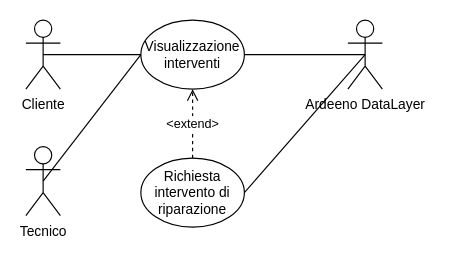
The draw.io diagram deliverables/d2/.media/.drawio/cliente3.drawio in amanfucci/ardeeno-workondeliverables, before the edit. Source tidied: cells renumbered, new cells numbered last; positions are measured from the earlier drawing's top-left corner, leaving out a move shared by most shapes. Both pictures are drawn from the tidied source at 115%, with x=0, y=0 at pixel (25, 20).
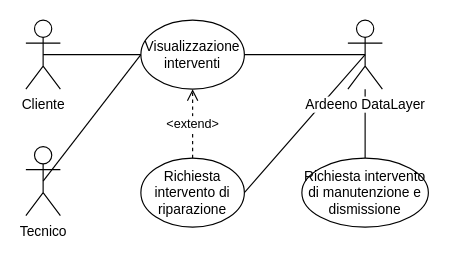
After the change.

What changed in the source:
```diff
@@
 <mxGraphModel background="#FFFFFF">
   <root>
     <mxCell id="0" />
     <mxCell id="1" parent="0" />
     <mxCell id="2" value="Visualizzazione interventi" style="ellipse;whiteSpace=wrap;html=1;strokeColor=#000000;" parent="1" vertex="1">
       <mxGeometry x="100" width="90" height="60" as="geometry" />
     </mxCell>
     <mxCell id="3" value="Richiesta intervento di riparazione" style="ellipse;whiteSpace=wrap;html=1;strokeColor=#000000;" parent="1" vertex="1">
       <mxGeometry x="100" y="120" width="90" height="60" as="geometry" />
     </mxCell>
     <mxCell id="4" value="&amp;lt;extend&amp;gt;" style="endArrow=open;endSize=8;endFill=0;html=1;rounded=0;dashed=1;exitX=0.5;exitY=0;exitDx=0;exitDy=0;entryX=0.5;entryY=1;entryDx=0;entryDy=0;startSize=0;" parent="1" edge="1" source="3" target="2">
       <mxGeometry relative="1" as="geometry" />
     </mxCell>
     <mxCell id="5" style="edgeStyle=none;rounded=0;jettySize=auto;html=1;exitX=0.5;exitY=0.5;exitDx=0;exitDy=0;exitPerimeter=0;entryX=0;entryY=0.5;entryDx=0;entryDy=0;endArrow=none;endFill=0;endSize=10;" parent="1" edge="1" source="6" target="2">
       <mxGeometry relative="1" as="geometry" />
     </mxCell>
     <mxCell id="6" value="Cliente" style="shape=umlActor;verticalLabelPosition=bottom;verticalAlign=top;html=1;outlineConnect=0;perimeterSpacing=14;" parent="1" vertex="1">
       <mxGeometry width="30" height="60" as="geometry" />
     </mxCell>
     <mxCell id="7" style="edgeStyle=none;rounded=0;jettySize=auto;html=1;exitX=0.5;exitY=0.5;exitDx=0;exitDy=0;exitPerimeter=0;entryX=1;entryY=0.5;entryDx=0;entryDy=0;endArrow=none;endFill=0;endSize=10;" parent="1" edge="1" source="9" target="2">
       <mxGeometry relative="1" as="geometry" />
     </mxCell>
     <mxCell id="8" style="edgeStyle=none;rounded=0;jettySize=auto;html=1;exitX=0.5;exitY=0.5;exitDx=0;exitDy=0;exitPerimeter=0;entryX=1;entryY=0.5;entryDx=0;entryDy=0;endArrow=none;endFill=0;endSize=10;" parent="1" edge="1" source="9" target="3">
       <mxGeometry relative="1" as="geometry" />
     </mxCell>
+    <mxCell id="12" style="edgeStyle=none;html=1;endArrow=none;endFill=0;" parent="1" edge="1" source="9" target="13">
+      <mxGeometry relative="1" as="geometry" />
+    </mxCell>
-    <mxCell id="9" value="Ardeeno DataLayer" style="shape=umlActor;verticalLabelPosition=bottom;verticalAlign=top;html=1;outlineConnect=0;" parent="1" vertex="1">
+    <mxCell id="9" value="Ardeeno DataLayer" style="shape=umlActor;verticalLabelPosition=bottom;verticalAlign=top;html=1;outlineConnect=0;labelBackgroundColor=default;" parent="1" vertex="1">
       <mxGeometry x="280" width="30" height="60" as="geometry" />
     </mxCell>
     <mxCell id="10" style="rounded=0;jettySize=auto;html=1;exitX=0.5;exitY=0.5;exitDx=0;exitDy=0;exitPerimeter=0;endArrow=none;endFill=0;" parent="1" edge="1" source="11">
       <mxGeometry relative="1" as="geometry">
         <mxPoint x="100" y="30" as="targetPoint" />
       </mxGeometry>
     </mxCell>
     <mxCell id="11" value="Tecnico" style="shape=umlActor;verticalLabelPosition=bottom;labelBackgroundColor=#ffffff;verticalAlign=top;html=1;outlineConnect=0;" parent="1" vertex="1">
       <mxGeometry y="110" width="30" height="60" as="geometry" />
     </mxCell>
+    <mxCell id="13" value="Richiesta intervento di manutenzione e&lt;br&gt;dismissione" style="ellipse;whiteSpace=wrap;html=1;strokeColor=#000000;" parent="1" vertex="1">
+      <mxGeometry x="240" y="120" width="110" height="60" as="geometry" />
+    </mxCell>
   </root>
 </mxGraphModel>
```
